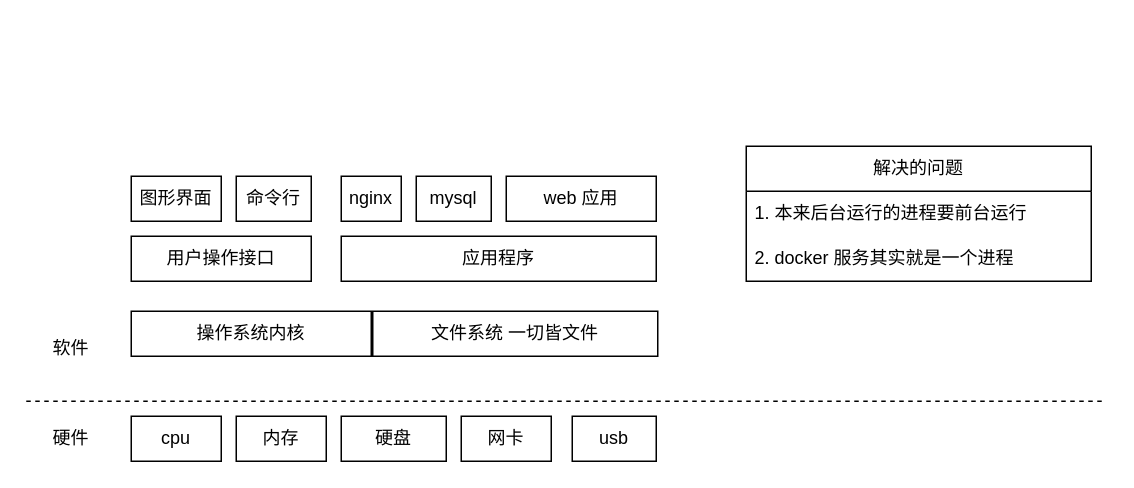
Earlier version of the draw.io diagram docker.drawio (xuxinwen/mind_map). Source tidied: cells renumbered, new cells numbered last; positions are measured from the earlier drawing's top-left corner, leaving out a move shared by most shapes. Both pictures are drawn from the tidied source at 150%, with x=0, y=0 at pixel (26, 146).
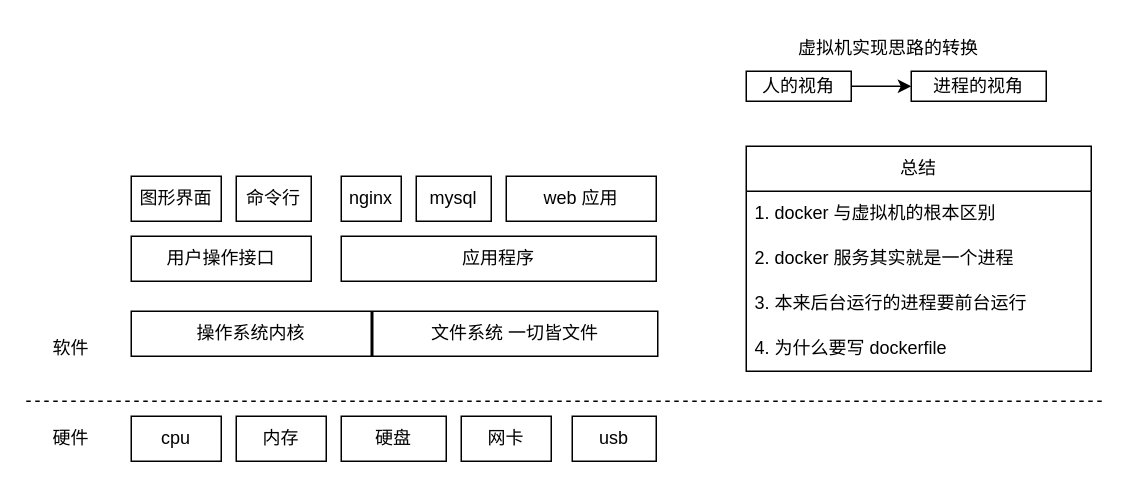
After the change.

Diff of the diagram source:
```diff
@@
-    <mxCell id="18" value="解决的问题" style="swimlane;fontStyle=0;horizontal=1;startSize=30;whiteSpace=wrap;html=1;" parent="1" vertex="1">
-      <mxGeometry x="480" width="230" height="90" as="geometry" />
+    <mxCell id="18" value="总结" style="swimlane;fontStyle=0;horizontal=1;startSize=30;whiteSpace=wrap;html=1;" parent="1" vertex="1">
+      <mxGeometry x="480" width="230" height="150" as="geometry" />
     </mxCell>
+    <mxCell id="22" value="1. docker 与虚拟机的根本区别" style="text;strokeColor=none;fillColor=none;align=left;verticalAlign=middle;spacingLeft=4;spacingRight=4;overflow=hidden;whiteSpace=wrap;html=1;" parent="18" vertex="1">
+      <mxGeometry y="30" width="230" height="30" as="geometry" />
+    </mxCell>
+    <mxCell id="20" value="2. docker 服务其实就是一个进程" style="text;strokeColor=none;fillColor=none;align=left;verticalAlign=middle;spacingLeft=4;spacingRight=4;overflow=hidden;whiteSpace=wrap;html=1;" parent="18" vertex="1">
+      <mxGeometry y="60" width="230" height="30" as="geometry" />
+    </mxCell>
-    <mxCell id="19" value="1. 本来后台运行的进程要前台运行" style="text;strokeColor=none;fillColor=none;align=left;verticalAlign=middle;spacingLeft=4;spacingRight=4;overflow=hidden;whiteSpace=wrap;html=1;" parent="18" vertex="1">
-      <mxGeometry y="30" width="230" height="30" as="geometry" />
+    <mxCell id="19" value="3. 本来后台运行的进程要前台运行" style="text;strokeColor=none;fillColor=none;align=left;verticalAlign=middle;spacingLeft=4;spacingRight=4;overflow=hidden;whiteSpace=wrap;html=1;" parent="18" vertex="1">
+      <mxGeometry y="90" width="230" height="30" as="geometry" />
     </mxCell>
-    <mxCell id="20" value="2. docker 服务其实就是一个进程" style="text;strokeColor=none;fillColor=none;align=left;verticalAlign=middle;spacingLeft=4;spacingRight=4;overflow=hidden;whiteSpace=wrap;html=1;" parent="18" vertex="1">
-      <mxGeometry y="60" width="230" height="30" as="geometry" />
-    </mxCell>
+    <mxCell id="23" value="4. 为什么要写 dockerfile" style="text;strokeColor=none;fillColor=none;align=left;verticalAlign=middle;spacingLeft=4;spacingRight=4;overflow=hidden;whiteSpace=wrap;html=1;" parent="18" vertex="1">
+      <mxGeometry y="120" width="230" height="30" as="geometry" />
+    </mxCell>
@@
+    <mxCell id="24" value="虚拟机实现思路的转换" style="text;html=1;strokeColor=none;fillColor=none;align=center;verticalAlign=middle;whiteSpace=wrap;rounded=0;" parent="1" vertex="1">
+      <mxGeometry x="470" y="-80" width="210" height="30" as="geometry" />
+    </mxCell>
+    <mxCell id="25" style="edgeStyle=orthogonalEdgeStyle;rounded=0;jettySize=auto;html=1;exitX=1;exitY=0.5;exitDx=0;exitDy=0;entryX=0;entryY=0.5;entryDx=0;entryDy=0;" parent="1" edge="1" source="26" target="27">
+      <mxGeometry relative="1" as="geometry" />
+    </mxCell>
+    <mxCell id="26" value="人的视角" style="rounded=0;whiteSpace=wrap;html=1;" parent="1" vertex="1">
+      <mxGeometry x="480" y="-50" width="70" height="20" as="geometry" />
+    </mxCell>
+    <mxCell id="27" value="进程的视角" style="rounded=0;whiteSpace=wrap;html=1;" parent="1" vertex="1">
+      <mxGeometry x="590" y="-50" width="90" height="20" as="geometry" />
+    </mxCell>
```
